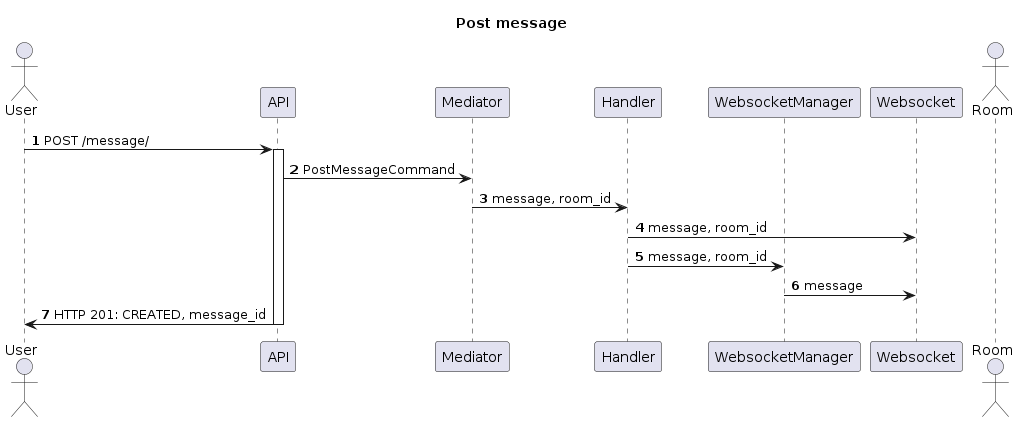
The PlantUML diagram diagrams/out/post_message.png in likeinlife/websocket-chat, before a commit.
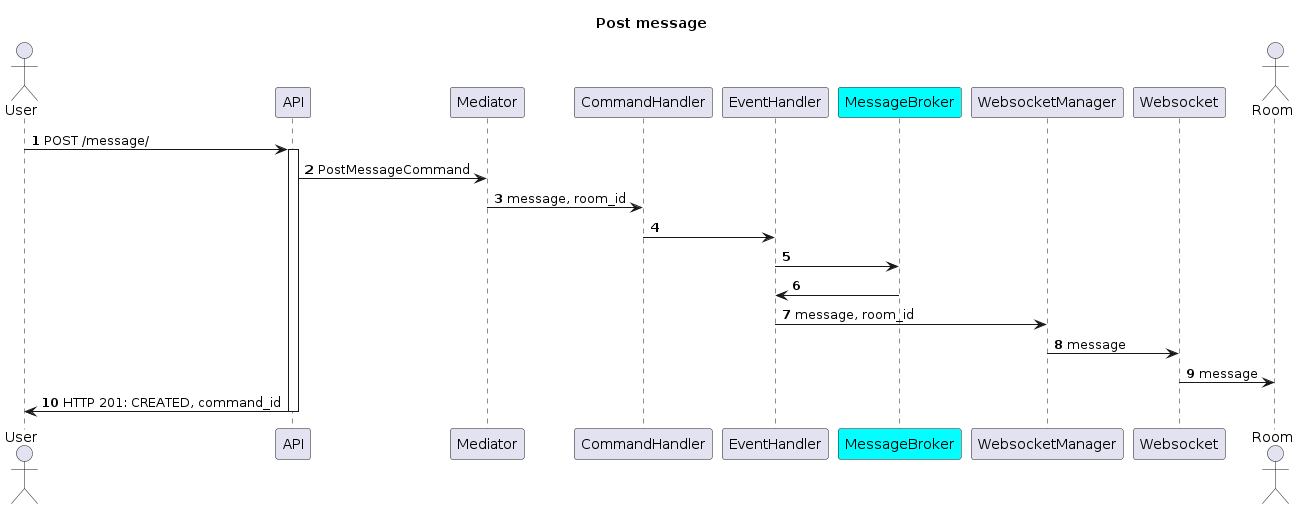
After the change.

Change to the diagram source:
```diff
@@ -5,7 +5,9 @@
 actor user as "User"
 participant api as "API"
 participant mediator as "Mediator"
-participant handler as "Handler"
+participant command_handler as "CommandHandler"
+participant event_handler as "EventHandler"
+participant broker as "MessageBroker" #cyan
 participant websocket_manager as "WebsocketManager"
 participant websocket as "Websocket"
 actor room as "Room"
@@ -14,14 +16,20 @@
 
 api -> mediator: PostMessageCommand
 
-mediator -> handler: message, room_id
+mediator -> command_handler: message, room_id
 
-handler -> websocket: message, room_id
+command_handler -> event_handler
 
-handler -> websocket_manager: message, room_id
+event_handler -> broker
+
+broker -> event_handler
+
+event_handler -> websocket_manager: message, room_id
 
 websocket_manager -> websocket: message
 
-api -> user --: HTTP 201: CREATED, message_id
+websocket -> room: message
+
+api -> user --: HTTP 201: CREATED, command_id
 
 @enduml
```
